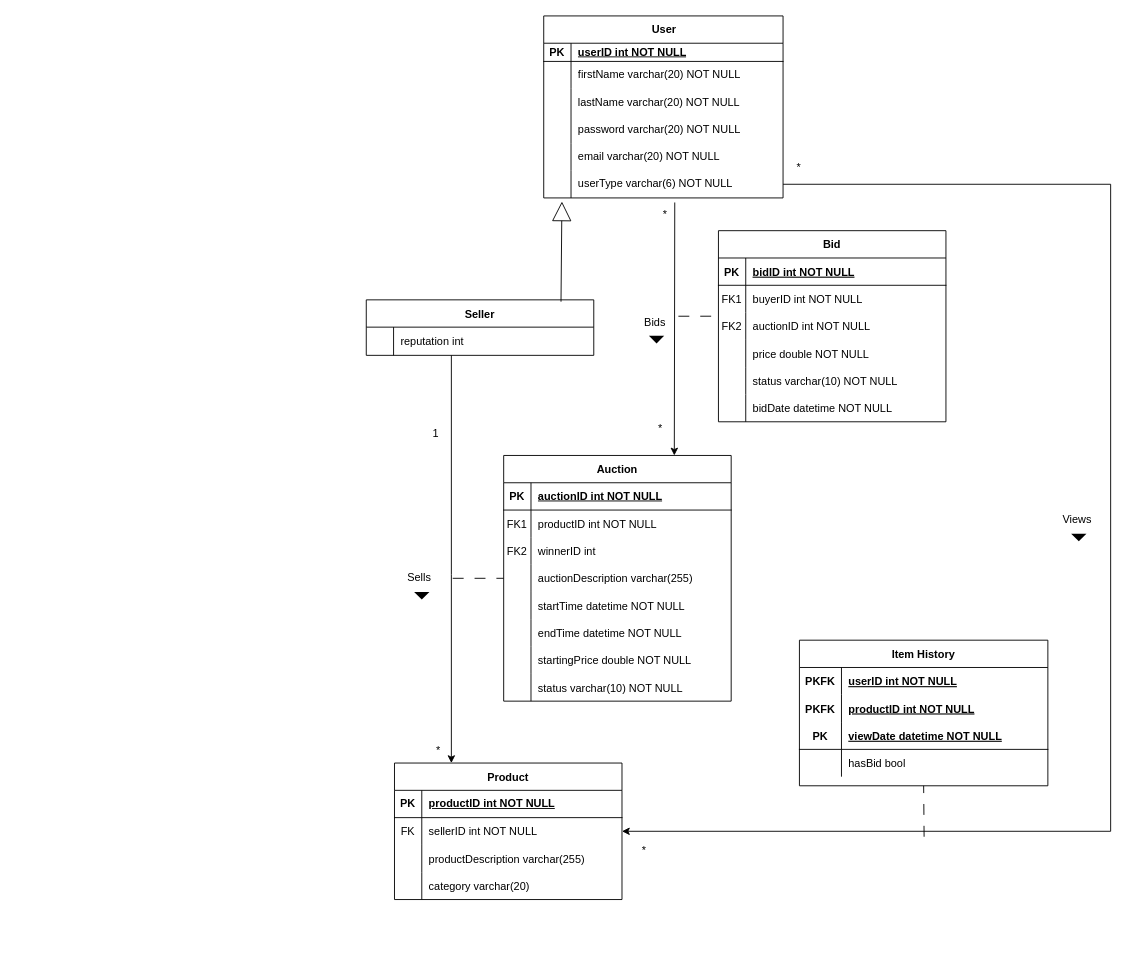
Earlier version of the draw.io diagram ERD_0_no_buyer.drawio (AnTienHuang/COMP0178). Source tidied: cells renumbered, new cells numbered last; positions are measured from the earlier drawing's top-left corner, leaving out a move shared by most shapes. Both pictures are drawn from the tidied source at 91%, with x=0, y=0 at pixel (366, 15).
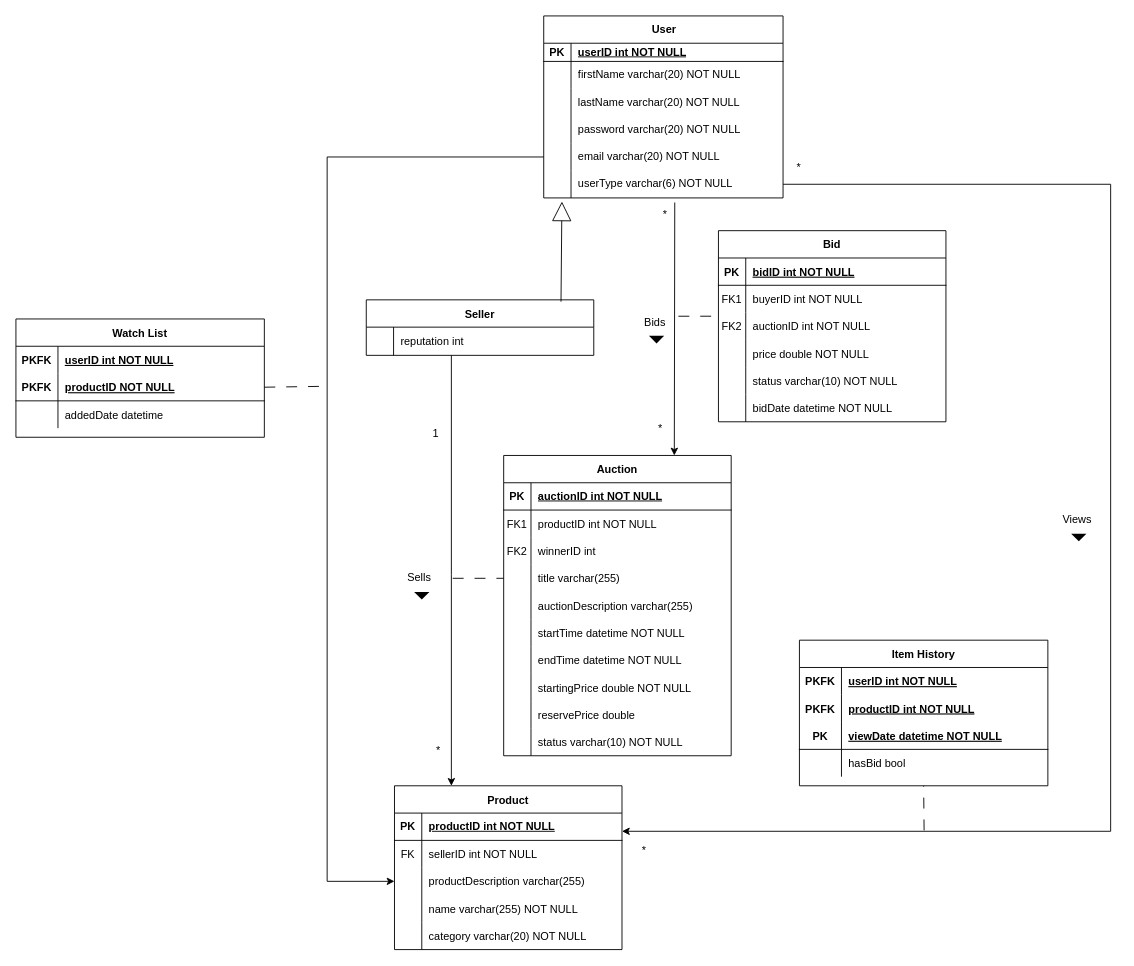
The same diagram, later.

The change refers to these unchanged cells:
```xml
<mxCell id="2" value="Item History" style="shape=table;startSize=30;childLayout=tableLayout;rowLines=0;fontStyle=1;align=center;" parent="1" vertex="1">
  <mxGeometry x="476" y="686" width="273" height="160" as="geometry" />
</mxCell>
<mxCell id="29" style="shape=tableRow;horizontal=0;startSize=0;swimlaneHead=0;swimlaneBody=0;fillColor=none;points=[[0,0.5],[1,0.5]];portConstraint=eastwest;top=0;left=0;right=0;bottom=0;" parent="16" vertex="1">
  <mxGeometry y="140" width="263" height="30" as="geometry" />
</mxCell>
<mxCell id="32" style="shape=tableRow;horizontal=0;startSize=0;swimlaneHead=0;swimlaneBody=0;fillColor=none;points=[[0,0.5],[1,0.5]];portConstraint=eastwest;top=0;left=0;right=0;bottom=0;" parent="16" vertex="1">
  <mxGeometry y="170" width="263" height="30" as="geometry" />
</mxCell>
<mxCell id="44" style="shape=partialRectangle;fillColor=none;points=[[0,0.5],[1,0.5]];portConstraint=eastwest;top=0;left=0;right=0;bottom=0;" parent="40" vertex="1">
  <mxGeometry y="60" width="250" height="30" as="geometry" />
</mxCell>
<mxCell id="47" style="shape=partialRectangle;fillColor=none;points=[[0,0.5],[1,0.5]];portConstraint=eastwest;top=0;left=0;right=0;bottom=0;" parent="40" vertex="1">
  <mxGeometry y="90" width="250" height="30" as="geometry" />
</mxCell>
<mxCell id="50" style="shape=partialRectangle;fillColor=none;top=0;left=0;right=0;bottom=0;" parent="40" vertex="1">
  <mxGeometry y="120" width="250" height="30" as="geometry" />
</mxCell>
<mxCell id="85" style="shape=partialRectangle;fillColor=none;points=[[0,0.5],[1,0.5]];portConstraint=eastwest;top=0;left=0;right=0;bottom=0;" parent="75" vertex="1">
  <mxGeometry y="120" width="250" height="30" as="geometry" />
</mxCell>
```

The edit, as a diff of the source:
```diff
@@
     <mxCell id="40" value="Product" style="shape=table;startSize=30;childLayout=tableLayout;rowLines=0;fontStyle=1;align=center;swimlaneLine=1;" parent="1" vertex="1">
-      <mxGeometry x="31" y="821" width="250" height="150" as="geometry" />
+      <mxGeometry x="31" y="846" width="250" height="180" as="geometry" />
     </mxCell>
@@
-    <mxCell id="52" value="category varchar(20)" style="shape=partialRectangle;overflow=hidden;fillColor=none;top=0;left=0;bottom=0;right=0;align=left;spacingLeft=6;" parent="50" vertex="1">
+    <mxCell id="52" value="name varchar(255) NOT NULL" style="shape=partialRectangle;overflow=hidden;fillColor=none;top=0;left=0;bottom=0;right=0;align=left;spacingLeft=6;" parent="50" vertex="1">
       <mxGeometry x="30" width="220" height="30" as="geometry" />
     </mxCell>
+    <mxCell id="114" style="shape=partialRectangle;fillColor=none;top=0;left=0;right=0;bottom=0;" parent="40" vertex="1">
+      <mxGeometry y="150" width="250" height="30" as="geometry" />
+    </mxCell>
+    <mxCell id="115" style="shape=partialRectangle;overflow=hidden;fillColor=none;top=0;left=0;bottom=0;right=0;" parent="114" vertex="1">
+      <mxGeometry width="30" height="30" as="geometry" />
+    </mxCell>
+    <mxCell id="116" value="category varchar(20) NOT NULL" style="shape=partialRectangle;overflow=hidden;fillColor=none;top=0;left=0;bottom=0;right=0;align=left;spacingLeft=6;" parent="114" vertex="1">
+      <mxGeometry x="30" width="220" height="30" as="geometry" />
+    </mxCell>
@@
     <mxCell id="75" value="Auction" style="shape=table;startSize=30;childLayout=tableLayout;rowLines=0;fontStyle=1;align=center;swimlaneLine=1;" parent="1" vertex="1">
-      <mxGeometry x="151" y="483" width="250" height="270" as="geometry" />
+      <mxGeometry x="151" y="483" width="250" height="330" as="geometry" />
     </mxCell>
@@
-    <mxCell id="87" value="auctionDescription varchar(255)" style="shape=partialRectangle;overflow=hidden;fillColor=none;top=0;left=0;bottom=0;right=0;align=left;spacingLeft=6;" parent="85" vertex="1">
+    <mxCell id="87" value="title varchar(255)" style="shape=partialRectangle;overflow=hidden;fillColor=none;top=0;left=0;bottom=0;right=0;align=left;spacingLeft=6;" parent="85" vertex="1">
       <mxGeometry x="30" width="220" height="30" as="geometry" />
     </mxCell>
+    <mxCell id="117" style="shape=partialRectangle;fillColor=none;top=0;left=0;right=0;bottom=0;" parent="75" vertex="1">
+      <mxGeometry y="150" width="250" height="30" as="geometry" />
+    </mxCell>
+    <mxCell id="118" style="shape=partialRectangle;overflow=hidden;fillColor=none;top=0;left=0;bottom=0;right=0;" parent="117" vertex="1">
+      <mxGeometry width="30" height="30" as="geometry" />
+    </mxCell>
+    <mxCell id="119" value="auctionDescription varchar(255)" style="shape=partialRectangle;overflow=hidden;fillColor=none;top=0;left=0;bottom=0;right=0;align=left;spacingLeft=6;" parent="117" vertex="1">
+      <mxGeometry x="30" width="220" height="30" as="geometry" />
+    </mxCell>
     <mxCell id="88" style="shape=partialRectangle;fillColor=none;top=0;left=0;right=0;bottom=0;" parent="75" vertex="1">
-      <mxGeometry y="150" width="250" height="30" as="geometry" />
+      <mxGeometry y="180" width="250" height="30" as="geometry" />
     </mxCell>
@@
     <mxCell id="91" style="shape=partialRectangle;fillColor=none;top=0;left=0;right=0;bottom=0;" parent="75" vertex="1">
-      <mxGeometry y="180" width="250" height="30" as="geometry" />
+      <mxGeometry y="210" width="250" height="30" as="geometry" />
     </mxCell>
@@
     <mxCell id="94" style="shape=partialRectangle;fillColor=none;top=0;left=0;right=0;bottom=0;" parent="75" vertex="1">
-      <mxGeometry y="210" width="250" height="30" as="geometry" />
+      <mxGeometry y="240" width="250" height="30" as="geometry" />
     </mxCell>
@@
+    <mxCell id="120" style="shape=partialRectangle;fillColor=none;top=0;left=0;right=0;bottom=0;" parent="75" vertex="1">
+      <mxGeometry y="270" width="250" height="30" as="geometry" />
+    </mxCell>
+    <mxCell id="121" style="shape=partialRectangle;overflow=hidden;fillColor=none;top=0;left=0;bottom=0;right=0;" parent="120" vertex="1">
+      <mxGeometry width="30" height="30" as="geometry" />
+    </mxCell>
+    <mxCell id="122" value="reservePrice double" style="shape=partialRectangle;overflow=hidden;fillColor=none;top=0;left=0;bottom=0;right=0;align=left;spacingLeft=6;" parent="120" vertex="1">
+      <mxGeometry x="30" width="220" height="30" as="geometry" />
+    </mxCell>
     <mxCell id="97" style="shape=partialRectangle;fillColor=none;top=0;left=0;right=0;bottom=0;" parent="75" vertex="1">
-      <mxGeometry y="240" width="250" height="30" as="geometry" />
+      <mxGeometry y="300" width="250" height="30" as="geometry" />
     </mxCell>
@@
-    <mxCell id="108" style="edgeStyle=orthogonalEdgeStyle;rounded=0;jettySize=auto;html=1;entryX=1;entryY=0.5;entryDx=0;entryDy=0;" parent="1" edge="1" source="32" target="44">
+    <mxCell id="108" style="edgeStyle=orthogonalEdgeStyle;rounded=0;jettySize=auto;html=1;" parent="1" edge="1" source="32">
       <mxGeometry relative="1" as="geometry">
+        <mxPoint x="281" y="896" as="targetPoint" />
         <Array as="points">
           <mxPoint x="818" y="185" />
           <mxPoint x="818" y="896" />
         </Array>
       </mxGeometry>
     </mxCell>
@@
     <mxCell id="113" style="endArrow=none;html=1;rounded=0;align=center;verticalAlign=bottom;labelBackgroundColor=none;startArrow=none;startFill=0;entryX=0.5;entryY=1;entryDx=0;entryDy=0;dashed=1;dashPattern=12 12;" parent="1" edge="1" target="2">
       <mxGeometry relative="1" as="geometry">
-        <mxPoint x="613" y="902" as="sourcePoint" />
+        <mxPoint x="613" y="895" as="sourcePoint" />
       </mxGeometry>
     </mxCell>
+    <mxCell id="123" value="Watch List" style="shape=table;startSize=30;childLayout=tableLayout;rowLines=0;fontStyle=1;align=center;" parent="1" vertex="1">
+      <mxGeometry x="-385" y="333" width="273" height="130" as="geometry" />
+    </mxCell>
+    <mxCell id="124" style="shape=partialRectangle;fillColor=none;top=0;left=0;right=0;bottom=0;" parent="123" vertex="1">
+      <mxGeometry y="30" width="273" height="30" as="geometry" />
+    </mxCell>
+    <mxCell id="125" value="PKFK" style="shape=partialRectangle;overflow=hidden;fillColor=none;top=0;left=0;bottom=0;right=0;fontStyle=1;" parent="124" vertex="1">
+      <mxGeometry width="46.2" height="30" as="geometry" />
+    </mxCell>
+    <mxCell id="126" value="userID int NOT NULL" style="shape=partialRectangle;overflow=hidden;fillColor=none;top=0;left=0;bottom=0;right=0;align=left;spacingLeft=6;fontStyle=5;" parent="124" vertex="1">
+      <mxGeometry x="46.2" width="226.8" height="30" as="geometry" />
+    </mxCell>
+    <mxCell id="127" style="shape=partialRectangle;fillColor=none;top=0;left=0;right=0;bottom=1;" parent="123" vertex="1">
+      <mxGeometry y="60" width="273" height="30" as="geometry" />
+    </mxCell>
+    <mxCell id="128" value="PKFK" style="shape=partialRectangle;overflow=hidden;fillColor=none;top=0;left=0;bottom=0;right=0;fontStyle=1;" parent="127" vertex="1">
+      <mxGeometry width="46.2" height="30" as="geometry" />
+    </mxCell>
+    <mxCell id="129" value="productID NOT NULL" style="shape=partialRectangle;overflow=hidden;fillColor=none;top=0;left=0;bottom=0;right=0;align=left;spacingLeft=6;fontStyle=5;" parent="127" vertex="1">
+      <mxGeometry x="46.2" width="226.8" height="30" as="geometry" />
+    </mxCell>
+    <mxCell id="130" style="shape=partialRectangle;fillColor=none;top=0;left=0;right=0;bottom=0;" parent="123" vertex="1">
+      <mxGeometry y="90" width="273" height="30" as="geometry" />
+    </mxCell>
+    <mxCell id="131" style="shape=partialRectangle;overflow=hidden;fillColor=none;top=0;left=0;bottom=0;right=0;" parent="130" vertex="1">
+      <mxGeometry width="46.2" height="30" as="geometry" />
+    </mxCell>
+    <mxCell id="132" value="addedDate datetime" style="shape=partialRectangle;overflow=hidden;fillColor=none;top=0;left=0;bottom=0;right=0;align=left;spacingLeft=6;" parent="130" vertex="1">
+      <mxGeometry x="46.2" width="226.8" height="30" as="geometry" />
+    </mxCell>
+    <mxCell id="133" style="edgeStyle=none;orthogonalLoop=1;jettySize=auto;html=1;rounded=0;entryX=0;entryY=0.5;entryDx=0;entryDy=0;dashed=1;dashPattern=12 12;endArrow=none;endFill=0;exitX=1;exitY=0.5;exitDx=0;exitDy=0;" parent="1" edge="1">
+      <mxGeometry relative="1" as="geometry">
+        <mxPoint x="-112" y="408" as="sourcePoint" />
+        <mxPoint x="-44" y="407" as="targetPoint" />
+      </mxGeometry>
+    </mxCell>
+    <mxCell id="134" style="edgeStyle=orthogonalEdgeStyle;rounded=0;jettySize=auto;html=1;entryX=0;entryY=0.5;entryDx=0;entryDy=0;" parent="1" edge="1" source="29" target="47">
+      <mxGeometry relative="1" as="geometry">
+        <Array as="points">
+          <mxPoint x="-43" y="155" />
+          <mxPoint x="-43" y="951" />
+        </Array>
+      </mxGeometry>
+    </mxCell>
```
